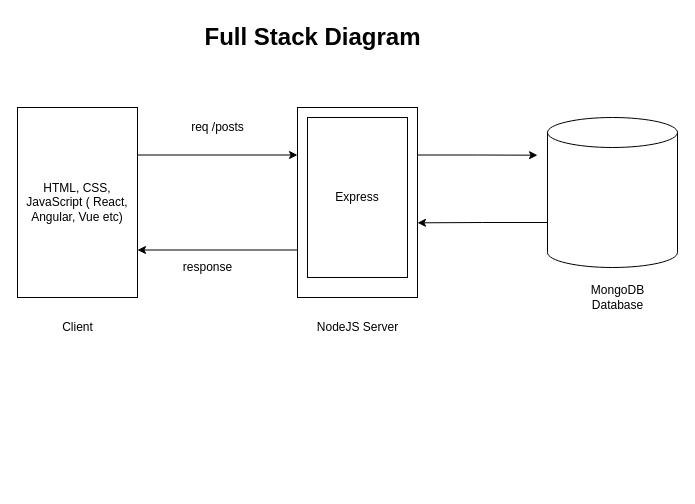
Earlier version of the draw.io diagram page "Page-6" (6 of 6) of references/diagrams.drawio (synergy2411/incedo-mar-23). Source tidied: cells renumbered, new cells numbered last; positions are measured from the earlier drawing's top-left corner, leaving out a move shared by most shapes. Both pictures are drawn from the tidied source at 100%, with x=0, y=0 at pixel (17, 17).
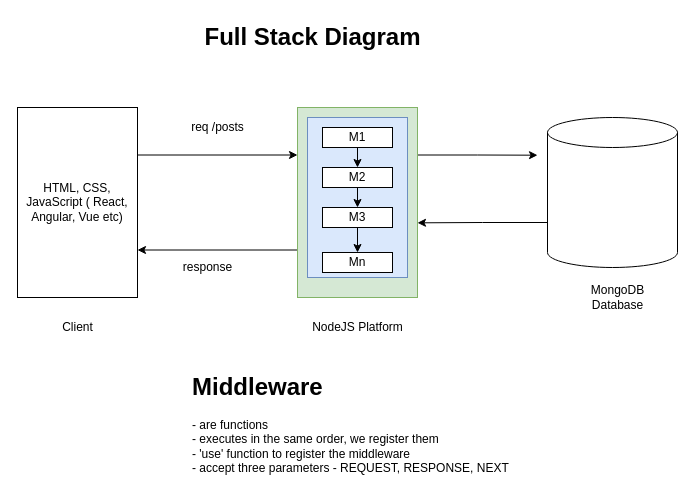
The same diagram, later.

What changed in the source:
```diff
@@
-    <mxCell id="7" style="rounded=0;whiteSpace=wrap;html=1;" parent="1" vertex="1">
+    <mxCell id="7" style="rounded=0;whiteSpace=wrap;html=1;fillColor=#d5e8d4;strokeColor=#82b366;" parent="1" vertex="1">
       <mxGeometry x="280" y="90" width="120" height="190" as="geometry" />
     </mxCell>
-    <mxCell id="8" value="NodeJS Server" style="text;html=1;align=center;verticalAlign=middle;strokeColor=none;fillColor=none;" parent="1" vertex="1">
-      <mxGeometry x="290" y="295" width="100" height="30" as="geometry" />
+    <mxCell id="8" value="NodeJS Platform" style="text;html=1;align=center;verticalAlign=middle;strokeColor=none;fillColor=none;" parent="1" vertex="1">
+      <mxGeometry x="285" y="295" width="110" height="30" as="geometry" />
     </mxCell>
@@
-    <mxCell id="13" value="Express" style="rounded=0;whiteSpace=wrap;html=1;" parent="1" vertex="1">
+    <mxCell id="13" style="rounded=0;whiteSpace=wrap;html=1;fillColor=#dae8fc;strokeColor=#6c8ebf;" parent="1" vertex="1">
       <mxGeometry x="290" y="100" width="100" height="160" as="geometry" />
     </mxCell>
@@
+    <mxCell id="16" style="edgeStyle=orthogonalEdgeStyle;rounded=0;jettySize=auto;html=1;exitX=0.5;exitY=1;exitDx=0;exitDy=0;entryX=0.5;entryY=0;entryDx=0;entryDy=0;" parent="1" edge="1" source="17" target="19">
+      <mxGeometry relative="1" as="geometry" />
+    </mxCell>
+    <mxCell id="17" value="M1" style="rounded=0;whiteSpace=wrap;html=1;" parent="1" vertex="1">
+      <mxGeometry x="305" y="110" width="70" height="20" as="geometry" />
+    </mxCell>
+    <mxCell id="18" style="edgeStyle=orthogonalEdgeStyle;rounded=0;jettySize=auto;html=1;exitX=0.5;exitY=1;exitDx=0;exitDy=0;entryX=0.5;entryY=0;entryDx=0;entryDy=0;" parent="1" edge="1" source="19" target="21">
+      <mxGeometry relative="1" as="geometry" />
+    </mxCell>
+    <mxCell id="19" value="M2" style="rounded=0;whiteSpace=wrap;html=1;" parent="1" vertex="1">
+      <mxGeometry x="305" y="150" width="70" height="20" as="geometry" />
+    </mxCell>
+    <mxCell id="20" style="edgeStyle=orthogonalEdgeStyle;rounded=0;jettySize=auto;html=1;exitX=0.5;exitY=1;exitDx=0;exitDy=0;entryX=0.5;entryY=0;entryDx=0;entryDy=0;" parent="1" edge="1" source="21" target="22">
+      <mxGeometry relative="1" as="geometry" />
+    </mxCell>
+    <mxCell id="21" value="M3" style="rounded=0;whiteSpace=wrap;html=1;" parent="1" vertex="1">
+      <mxGeometry x="305" y="190" width="70" height="20" as="geometry" />
+    </mxCell>
+    <mxCell id="22" value="Mn" style="rounded=0;whiteSpace=wrap;html=1;" parent="1" vertex="1">
+      <mxGeometry x="305" y="235" width="70" height="20" as="geometry" />
+    </mxCell>
+    <mxCell id="23" value="&lt;h1&gt;Middleware&lt;/h1&gt;&lt;div&gt;- are functions&lt;/div&gt;&lt;div&gt;- executes in the same order, we register them&lt;/div&gt;&lt;div&gt;- 'use' function to register the middleware&lt;/div&gt;&lt;div&gt;- accept three parameters - REQUEST, RESPONSE, NEXT&lt;/div&gt;" style="text;html=1;strokeColor=none;fillColor=none;spacing=5;spacingTop=-20;whiteSpace=wrap;overflow=hidden;rounded=0;" parent="1" vertex="1">
+      <mxGeometry x="170" y="350" width="330" height="120" as="geometry" />
+    </mxCell>
```
